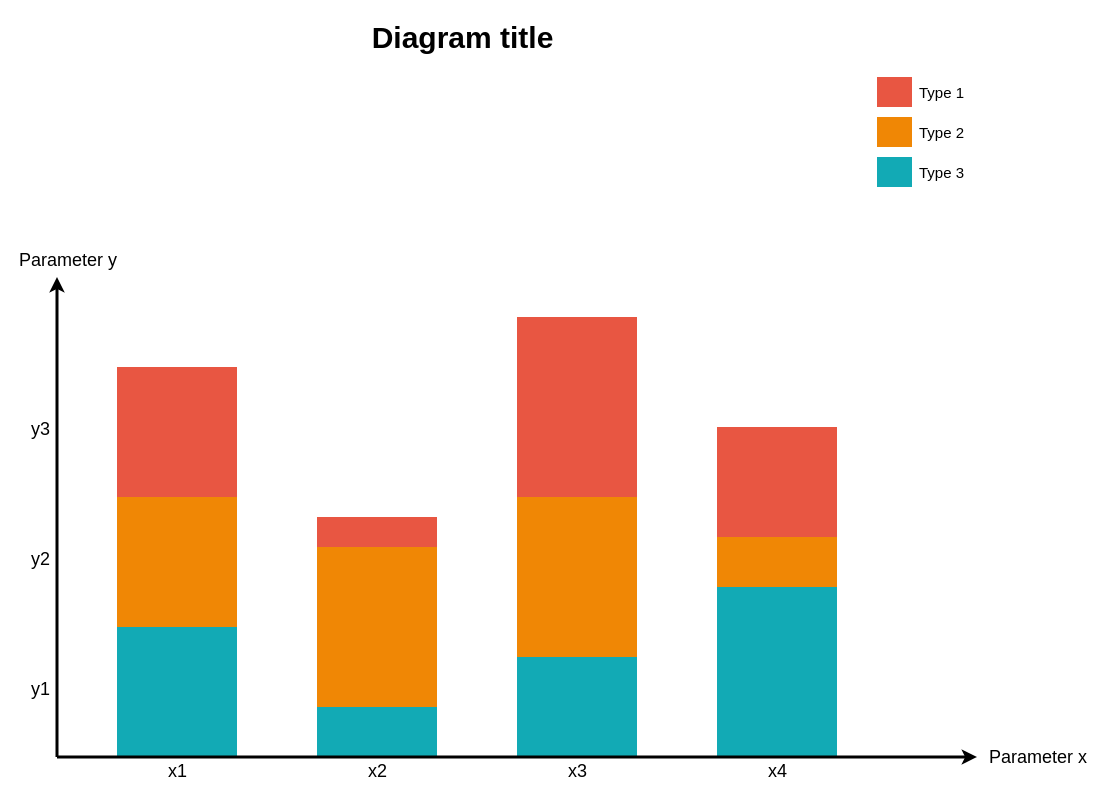
Before: Untitled Diagram.drawio in kurageneko8/colors, a draw.io diagram. Source tidied: cells renumbered, new cells numbered last; positions are measured from the earlier drawing's top-left corner, leaving out a move shared by most shapes. Both pictures are drawn from the tidied source at 100%, with x=0, y=0 at pixel (17, 16).
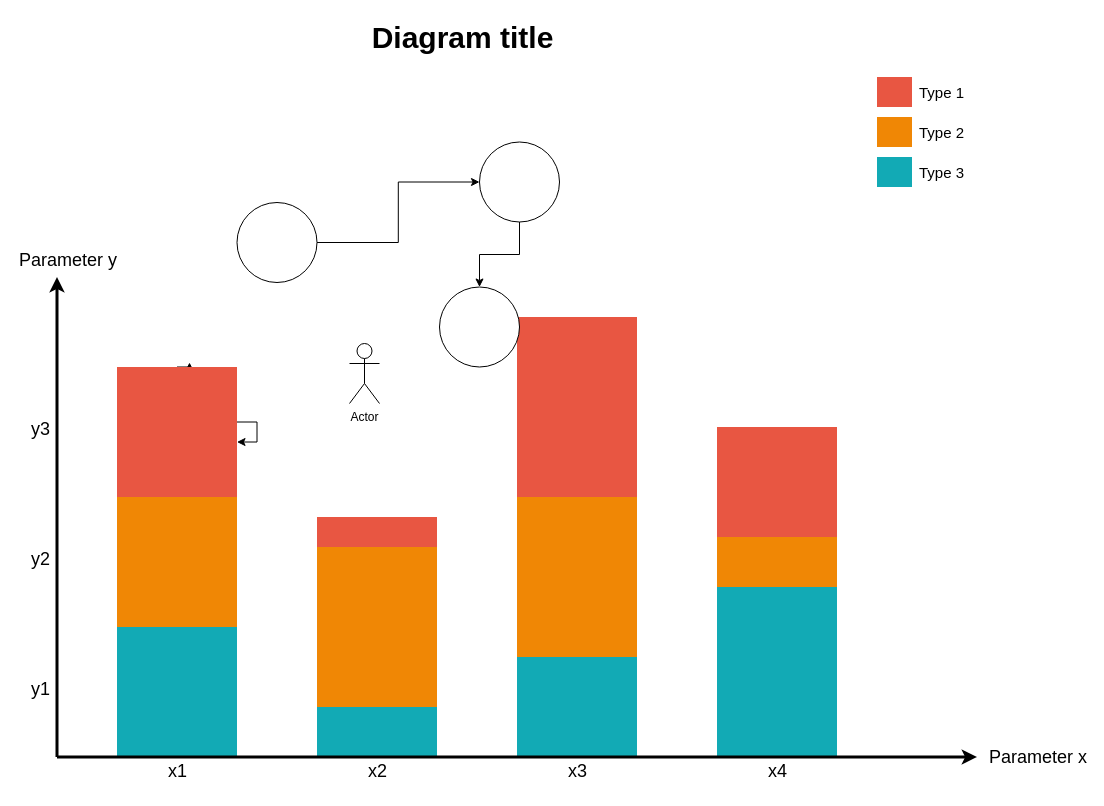
The same diagram, later.

The change refers to these unchanged cells:
```xml
<mxCell id="8" style="whiteSpace=wrap;fillColor=#E85642;gradientColor=none;gradientDirection=east;strokeColor=none;html=1;fontColor=#23445d;" parent="1" vertex="1">
  <mxGeometry x="99.5" y="350.5" width="120" height="130" as="geometry" />
</mxCell>
```

What changed in the source:
```diff
@@
+    <mxCell id="32" style="edgeStyle=orthogonalEdgeStyle;rounded=0;jettySize=auto;html=1;exitX=0.5;exitY=0;exitDx=0;exitDy=0;" parent="1" edge="1" source="8">
+      <mxGeometry relative="1" as="geometry">
+        <mxPoint x="172" y="346" as="targetPoint" />
+      </mxGeometry>
+    </mxCell>
@@
+    <mxCell id="33" style="edgeStyle=orthogonalEdgeStyle;rounded=0;orthogonalLoop=1;jettySize=auto;html=1;" parent="1" edge="1" source="8" target="8">
+      <mxGeometry relative="1" as="geometry" />
+    </mxCell>
+    <mxCell id="34" style="edgeStyle=orthogonalEdgeStyle;rounded=0;jettySize=auto;html=1;entryX=0;entryY=0.5;entryDx=0;entryDy=0;" parent="1" edge="1" source="35" target="36">
+      <mxGeometry relative="1" as="geometry" />
+    </mxCell>
+    <mxCell id="35" style="ellipse;whiteSpace=wrap;html=1;" parent="1" vertex="1">
+      <mxGeometry x="219.5" y="186" width="80" height="80" as="geometry" />
+    </mxCell>
+    <mxCell id="36" style="ellipse;whiteSpace=wrap;html=1;" parent="1" vertex="1">
+      <mxGeometry x="462" y="125.5" width="80" height="80" as="geometry" />
+    </mxCell>
+    <mxCell id="37" style="edgeStyle=orthogonalEdgeStyle;rounded=0;jettySize=auto;html=1;entryX=0.5;entryY=0;entryDx=0;entryDy=0;" parent="1" edge="1" source="36" target="38">
+      <mxGeometry relative="1" as="geometry" />
+    </mxCell>
+    <mxCell id="38" style="ellipse;whiteSpace=wrap;html=1;" parent="1" vertex="1">
+      <mxGeometry x="422" y="270.5" width="80" height="80" as="geometry" />
+    </mxCell>
+    <mxCell id="39" value="Actor" style="shape=umlActor;verticalLabelPosition=bottom;verticalAlign=top;html=1;" parent="1" vertex="1">
+      <mxGeometry x="332" y="327" width="30" height="60" as="geometry" />
+    </mxCell>
```
